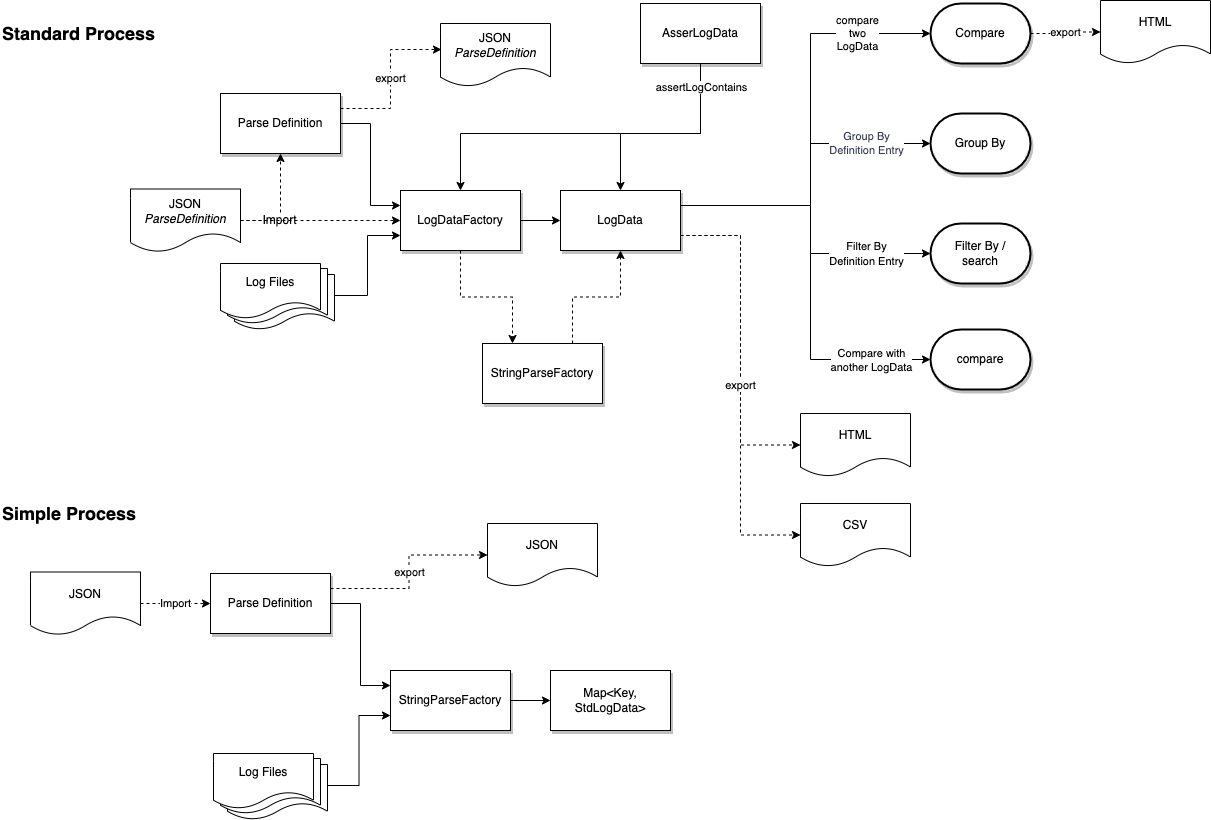
This is diagrams/Log_Parser-Processes.drawio.png from adobe/log-parser, a draw.io export, as it was before one commit. Source tidied: cells renumbered, new cells last; positions are measured from the earlier drawing's top-left corner, leaving out a move shared by most shapes. Its diagram source:
```xml
<mxGraphModel background="#FFFFFF">
  <root>
    <mxCell id="0" />
    <mxCell id="1" parent="0" />
    <mxCell id="2" style="edgeStyle=orthogonalEdgeStyle;rounded=0;jettySize=auto;html=1;exitX=1;exitY=0.5;exitDx=0;exitDy=0;entryX=0;entryY=0.25;entryDx=0;entryDy=0;labelBackgroundColor=#FFFFFF;fontColor=#393C56;" parent="1" edge="1" source="4" target="6">
      <mxGeometry relative="1" as="geometry" />
    </mxCell>
    <mxCell id="3" value="export" style="edgeStyle=orthogonalEdgeStyle;rounded=0;jettySize=auto;html=1;exitX=1;exitY=0.25;exitDx=0;exitDy=0;entryX=0.009;entryY=0.413;entryDx=0;entryDy=0;entryPerimeter=0;dashed=1;labelBackgroundColor=#FFFFFF;strokeColor=#000000;fontSize=11;" parent="1" edge="1" source="4" target="45">
      <mxGeometry relative="1" as="geometry" />
    </mxCell>
    <mxCell id="4" value="Parse Definition" style="rounded=0;whiteSpace=wrap;html=1;shadow=1;labelBackgroundColor=#FFFFFF;" parent="1" vertex="1">
      <mxGeometry x="220" y="93" width="120" height="60" as="geometry" />
    </mxCell>
    <mxCell id="5" style="edgeStyle=orthogonalEdgeStyle;rounded=0;jettySize=auto;html=1;exitX=1;exitY=0.5;exitDx=0;exitDy=0;entryX=0;entryY=0.5;entryDx=0;entryDy=0;fontColor=#393C56;labelBackgroundColor=#FFFFFF;" parent="1" edge="1" source="6" target="16">
      <mxGeometry relative="1" as="geometry" />
    </mxCell>
    <mxCell id="6" value="LogDataFactory" style="rounded=0;whiteSpace=wrap;html=1;shadow=1;labelBackgroundColor=#FFFFFF;" parent="1" vertex="1">
      <mxGeometry x="400" y="190" width="120" height="60" as="geometry" />
    </mxCell>
    <mxCell id="7" value="Group By &lt;br&gt;Definition Entry" style="edgeStyle=orthogonalEdgeStyle;rounded=0;jettySize=auto;html=1;exitX=1;exitY=0.25;exitDx=0;exitDy=0;entryX=0;entryY=0.5;entryDx=0;entryDy=0;entryPerimeter=0;fontColor=#393C56;labelBackgroundColor=#FFFFFF;" parent="1" edge="1" source="16" target="9">
      <mxGeometry x="0.59" relative="1" as="geometry">
        <Array as="points">
          <mxPoint x="810" y="205" />
          <mxPoint x="810" y="143" />
        </Array>
      </mxGeometry>
    </mxCell>
    <mxCell id="8" style="edgeStyle=orthogonalEdgeStyle;rounded=0;orthogonalLoop=1;jettySize=auto;html=1;exitX=0.5;exitY=1;exitDx=0;exitDy=0;labelBackgroundColor=#FFFFFF;fontColor=#393C56;" parent="1" edge="1">
      <mxGeometry relative="1" as="geometry">
        <mxPoint x="640" y="255" as="sourcePoint" />
        <mxPoint x="640" y="255" as="targetPoint" />
      </mxGeometry>
    </mxCell>
    <mxCell id="9" value="Group By" style="strokeWidth=2;html=1;shape=mxgraph.flowchart.terminator;whiteSpace=wrap;shadow=1;labelBackgroundColor=#FFFFFF;" parent="1" vertex="1">
      <mxGeometry x="930" y="113" width="100" height="60" as="geometry" />
    </mxCell>
    <mxCell id="10" value="&lt;font style=&quot;font-size: 11px&quot;&gt;Filter By &lt;br&gt;Definition Entry&lt;/font&gt;" style="edgeStyle=orthogonalEdgeStyle;rounded=0;jettySize=auto;html=1;exitX=1;exitY=0.25;exitDx=0;exitDy=0;entryX=0;entryY=0.5;entryDx=0;entryDy=0;entryPerimeter=0;labelBackgroundColor=#FFFFFF;strokeColor=#000000;fontSize=12;" parent="1" edge="1" source="16" target="43">
      <mxGeometry x="0.57" relative="1" as="geometry">
        <Array as="points">
          <mxPoint x="810" y="205" />
          <mxPoint x="810" y="253" />
        </Array>
      </mxGeometry>
    </mxCell>
    <mxCell id="11" style="edgeStyle=orthogonalEdgeStyle;rounded=0;jettySize=auto;html=1;exitX=1;exitY=0.75;exitDx=0;exitDy=0;entryX=0;entryY=0.5;entryDx=0;entryDy=0;dashed=1;" parent="1" edge="1" source="16" target="51">
      <mxGeometry relative="1" as="geometry" />
    </mxCell>
    <mxCell id="12" value="export" style="edgeStyle=orthogonalEdgeStyle;rounded=0;jettySize=auto;html=1;exitX=1;exitY=0.75;exitDx=0;exitDy=0;entryX=0;entryY=0.5;entryDx=0;entryDy=0;dashed=1;" parent="1" edge="1" source="16" target="52">
      <mxGeometry relative="1" as="geometry" />
    </mxCell>
    <mxCell id="13" value="compare &lt;br&gt;two&lt;br&gt;LogData" style="edgeStyle=orthogonalEdgeStyle;rounded=0;jettySize=auto;html=1;exitX=1;exitY=0.25;exitDx=0;exitDy=0;entryX=0;entryY=0.5;entryDx=0;entryDy=0;entryPerimeter=0;" parent="1" edge="1" source="16" target="53">
      <mxGeometry x="0.65" relative="1" as="geometry">
        <Array as="points">
          <mxPoint x="810" y="205" />
          <mxPoint x="810" y="33" />
        </Array>
      </mxGeometry>
    </mxCell>
    <mxCell id="14" style="edgeStyle=orthogonalEdgeStyle;rounded=0;jettySize=auto;html=1;exitX=1;exitY=0.25;exitDx=0;exitDy=0;entryX=0;entryY=0.5;entryDx=0;entryDy=0;entryPerimeter=0;" parent="1" edge="1" source="16" target="56">
      <mxGeometry relative="1" as="geometry">
        <Array as="points">
          <mxPoint x="810" y="205" />
          <mxPoint x="810" y="359" />
        </Array>
      </mxGeometry>
    </mxCell>
    <mxCell id="15" value="Compare with &lt;br&gt;another LogData" style="edgeLabel;html=1;align=center;verticalAlign=middle;" parent="14" vertex="1">
      <mxGeometry x="0.58" y="4" relative="1" as="geometry">
        <mxPoint x="25" y="4" as="offset" />
      </mxGeometry>
    </mxCell>
    <mxCell id="16" value="LogData" style="rounded=0;whiteSpace=wrap;html=1;shadow=1;labelBackgroundColor=#FFFFFF;" parent="1" vertex="1">
      <mxGeometry x="560" y="190" width="120" height="60" as="geometry" />
    </mxCell>
    <mxCell id="17" style="edgeStyle=orthogonalEdgeStyle;rounded=0;jettySize=auto;html=1;entryX=0;entryY=0.75;entryDx=0;entryDy=0;fontColor=#393C56;labelBackgroundColor=#FFFFFF;exitX=1;exitY=0.382;exitDx=0;exitDy=0;exitPerimeter=0;" parent="1" edge="1" source="32" target="6">
      <mxGeometry relative="1" as="geometry" />
    </mxCell>
    <mxCell id="18" style="edgeStyle=orthogonalEdgeStyle;rounded=0;jettySize=auto;html=1;exitX=1;exitY=0.5;exitDx=0;exitDy=0;entryX=0;entryY=0.25;entryDx=0;entryDy=0;labelBackgroundColor=#FFFFFF;fontColor=#393C56;" parent="1" edge="1" source="20" target="22">
      <mxGeometry relative="1" as="geometry" />
    </mxCell>
    <mxCell id="19" value="export" style="edgeStyle=orthogonalEdgeStyle;rounded=0;jettySize=auto;html=1;exitX=1;exitY=0.25;exitDx=0;exitDy=0;entryX=0;entryY=0.5;entryDx=0;entryDy=0;dashed=1;labelBackgroundColor=#FFFFFF;strokeColor=#000000;fontSize=11;" parent="1" edge="1" source="20" target="44">
      <mxGeometry relative="1" as="geometry" />
    </mxCell>
    <mxCell id="20" value="Parse Definition" style="rounded=0;whiteSpace=wrap;html=1;shadow=1;labelBackgroundColor=#FFFFFF;" parent="1" vertex="1">
      <mxGeometry x="210" y="573" width="120" height="60" as="geometry" />
    </mxCell>
    <mxCell id="21" style="edgeStyle=orthogonalEdgeStyle;rounded=0;jettySize=auto;html=1;exitX=1;exitY=0.5;exitDx=0;exitDy=0;entryX=0;entryY=0.5;entryDx=0;entryDy=0;fontColor=#393C56;labelBackgroundColor=#FFFFFF;" parent="1" edge="1" source="22" target="24">
      <mxGeometry relative="1" as="geometry" />
    </mxCell>
    <mxCell id="22" value="StringParseFactory" style="rounded=0;whiteSpace=wrap;html=1;shadow=1;labelBackgroundColor=#FFFFFF;" parent="1" vertex="1">
      <mxGeometry x="390" y="670" width="120" height="60" as="geometry" />
    </mxCell>
    <mxCell id="23" style="edgeStyle=orthogonalEdgeStyle;rounded=0;orthogonalLoop=1;jettySize=auto;html=1;exitX=0.5;exitY=1;exitDx=0;exitDy=0;labelBackgroundColor=#FFFFFF;fontColor=#393C56;" parent="1" edge="1">
      <mxGeometry relative="1" as="geometry">
        <mxPoint x="525" y="715" as="sourcePoint" />
        <mxPoint x="525" y="715" as="targetPoint" />
      </mxGeometry>
    </mxCell>
    <mxCell id="24" value="Map&amp;lt;Key, StdLogData&amp;gt;" style="rounded=0;whiteSpace=wrap;html=1;shadow=1;labelBackgroundColor=#FFFFFF;" parent="1" vertex="1">
      <mxGeometry x="550" y="670" width="120" height="60" as="geometry" />
    </mxCell>
    <mxCell id="25" style="edgeStyle=orthogonalEdgeStyle;rounded=0;jettySize=auto;html=1;entryX=0;entryY=0.75;entryDx=0;entryDy=0;fontColor=#393C56;labelBackgroundColor=#FFFFFF;exitX=0.99;exitY=0.382;exitDx=0;exitDy=0;exitPerimeter=0;" parent="1" edge="1" source="36" target="22">
      <mxGeometry relative="1" as="geometry" />
    </mxCell>
    <mxCell id="26" value="StringParseFactory" style="rounded=0;whiteSpace=wrap;html=1;shadow=1;labelBackgroundColor=#FFFFFF;" parent="1" vertex="1">
      <mxGeometry x="482" y="343" width="120" height="60" as="geometry" />
    </mxCell>
    <mxCell id="27" style="edgeStyle=orthogonalEdgeStyle;rounded=0;jettySize=auto;html=1;exitX=0.5;exitY=1;exitDx=0;exitDy=0;fontColor=#393C56;labelBackgroundColor=#FFFFFF;entryX=0.25;entryY=0;entryDx=0;entryDy=0;dashed=1;" parent="1" edge="1" source="6" target="26">
      <mxGeometry relative="1" as="geometry" />
    </mxCell>
    <mxCell id="28" style="edgeStyle=orthogonalEdgeStyle;rounded=0;jettySize=auto;html=1;entryX=0.5;entryY=1;entryDx=0;entryDy=0;fontColor=#393C56;labelBackgroundColor=#FFFFFF;exitX=0.75;exitY=0;exitDx=0;exitDy=0;dashed=1;" parent="1" edge="1" source="26" target="16">
      <mxGeometry relative="1" as="geometry" />
    </mxCell>
    <mxCell id="29" value="Simple Process" style="text;html=1;align=left;verticalAlign=middle;whiteSpace=wrap;rounded=0;fontSize=18;fontStyle=1;labelBackgroundColor=#FFFFFF;" parent="1" vertex="1">
      <mxGeometry y="503" width="220" height="20" as="geometry" />
    </mxCell>
    <mxCell id="30" value="Standard Process" style="text;html=1;align=left;verticalAlign=middle;whiteSpace=wrap;rounded=0;fontSize=18;fontStyle=1;labelBackgroundColor=#FFFFFF;" parent="1" vertex="1">
      <mxGeometry y="23" width="220" height="20" as="geometry" />
    </mxCell>
    <mxCell id="31" style="group;" parent="1" vertex="1">
      <mxGeometry x="220" y="263" width="114" height="66" as="geometry" />
    </mxCell>
    <mxCell id="32" style="shape=document;whiteSpace=wrap;html=1;boundedLbl=1;labelBackgroundColor=#FFFFFF;strokeColor=#000000;fillColor=#FFFFFF;fontSize=18;align=left;" parent="31" vertex="1">
      <mxGeometry x="14" y="11" width="100" height="55" as="geometry" />
    </mxCell>
    <mxCell id="33" style="shape=document;whiteSpace=wrap;html=1;boundedLbl=1;labelBackgroundColor=#FFFFFF;strokeColor=#000000;fillColor=#FFFFFF;fontSize=18;align=left;" parent="31" vertex="1">
      <mxGeometry x="7" y="5" width="100" height="55" as="geometry" />
    </mxCell>
    <mxCell id="34" value="Log Files" style="shape=document;whiteSpace=wrap;html=1;boundedLbl=1;labelBackgroundColor=#FFFFFF;strokeColor=#000000;fillColor=#FFFFFF;fontSize=12;align=center;" parent="31" vertex="1">
      <mxGeometry width="100" height="55" as="geometry" />
    </mxCell>
    <mxCell id="35" style="group;" parent="1" vertex="1">
      <mxGeometry x="213" y="753" width="114" height="66" as="geometry" />
    </mxCell>
    <mxCell id="36" style="shape=document;whiteSpace=wrap;html=1;boundedLbl=1;labelBackgroundColor=#FFFFFF;strokeColor=#000000;fillColor=#FFFFFF;fontSize=18;align=left;" parent="35" vertex="1">
      <mxGeometry x="14" y="11" width="100" height="55" as="geometry" />
    </mxCell>
    <mxCell id="37" style="shape=document;whiteSpace=wrap;html=1;boundedLbl=1;labelBackgroundColor=#FFFFFF;strokeColor=#000000;fillColor=#FFFFFF;fontSize=18;align=left;" parent="35" vertex="1">
      <mxGeometry x="7" y="5" width="100" height="55" as="geometry" />
    </mxCell>
    <mxCell id="38" value="Log Files" style="shape=document;whiteSpace=wrap;html=1;boundedLbl=1;labelBackgroundColor=#FFFFFF;strokeColor=#000000;fillColor=#FFFFFF;fontSize=12;align=center;" parent="35" vertex="1">
      <mxGeometry width="100" height="55" as="geometry" />
    </mxCell>
    <mxCell id="39" value="Import" style="edgeStyle=orthogonalEdgeStyle;rounded=0;jettySize=auto;html=1;exitX=1;exitY=0.5;exitDx=0;exitDy=0;entryX=0.5;entryY=1;entryDx=0;entryDy=0;labelBackgroundColor=#FFFFFF;strokeColor=#000000;fontSize=12;dashed=1;" parent="1" edge="1" source="40" target="4">
      <mxGeometry x="-0.26" relative="1" as="geometry" />
    </mxCell>
    <mxCell id="40" value="JSON&lt;br&gt;&lt;i&gt;ParseDefinition&lt;/i&gt;" style="shape=document;whiteSpace=wrap;html=1;boundedLbl=1;labelBackgroundColor=#FFFFFF;strokeColor=#000000;fillColor=#FFFFFF;fontSize=12;align=center;" parent="1" vertex="1">
      <mxGeometry x="130" y="188.5" width="110" height="63" as="geometry" />
    </mxCell>
    <mxCell id="41" value="Import" style="edgeStyle=orthogonalEdgeStyle;rounded=0;jettySize=auto;html=1;exitX=1;exitY=0.5;exitDx=0;exitDy=0;entryX=0;entryY=0.5;entryDx=0;entryDy=0;labelBackgroundColor=#FFFFFF;strokeColor=#000000;fontSize=11;dashed=1;" parent="1" edge="1" source="42" target="20">
      <mxGeometry relative="1" as="geometry" />
    </mxCell>
    <mxCell id="42" value="JSON" style="shape=document;whiteSpace=wrap;html=1;boundedLbl=1;labelBackgroundColor=#FFFFFF;strokeColor=#000000;fillColor=#FFFFFF;fontSize=12;align=center;" parent="1" vertex="1">
      <mxGeometry x="30" y="571.5" width="110" height="63" as="geometry" />
    </mxCell>
    <mxCell id="43" value="Filter By /&lt;br&gt;search" style="strokeWidth=2;html=1;shape=mxgraph.flowchart.terminator;whiteSpace=wrap;shadow=1;labelBackgroundColor=#FFFFFF;" parent="1" vertex="1">
      <mxGeometry x="930" y="223" width="100" height="60" as="geometry" />
    </mxCell>
    <mxCell id="44" value="JSON" style="shape=document;whiteSpace=wrap;html=1;boundedLbl=1;labelBackgroundColor=#FFFFFF;strokeColor=#000000;fillColor=#FFFFFF;fontSize=12;align=center;" parent="1" vertex="1">
      <mxGeometry x="487" y="523" width="110" height="63" as="geometry" />
    </mxCell>
    <mxCell id="45" value="JSON&lt;br&gt;&lt;i&gt;ParseDefinition&lt;/i&gt;" style="shape=document;whiteSpace=wrap;html=1;boundedLbl=1;labelBackgroundColor=#FFFFFF;strokeColor=#000000;fillColor=#FFFFFF;fontSize=12;align=center;" parent="1" vertex="1">
      <mxGeometry x="440" y="23" width="110" height="63" as="geometry" />
    </mxCell>
    <mxCell id="46" style="edgeStyle=orthogonalEdgeStyle;rounded=0;jettySize=auto;html=1;entryX=0.5;entryY=0;entryDx=0;entryDy=0;" parent="1" edge="1" source="49" target="6">
      <mxGeometry relative="1" as="geometry">
        <Array as="points">
          <mxPoint x="700" y="133" />
          <mxPoint x="460" y="133" />
        </Array>
      </mxGeometry>
    </mxCell>
    <mxCell id="47" style="edgeStyle=orthogonalEdgeStyle;rounded=0;jettySize=auto;html=1;exitX=0.5;exitY=1;exitDx=0;exitDy=0;entryX=0.5;entryY=0;entryDx=0;entryDy=0;" parent="1" edge="1" source="49" target="16">
      <mxGeometry relative="1" as="geometry">
        <Array as="points">
          <mxPoint x="700" y="133" />
          <mxPoint x="620" y="133" />
        </Array>
      </mxGeometry>
    </mxCell>
    <mxCell id="48" value="assertLogContains" style="edgeLabel;html=1;align=center;verticalAlign=middle;" parent="47" vertex="1">
      <mxGeometry x="-0.66" y="1" relative="1" as="geometry">
        <mxPoint x="-1" y="-12" as="offset" />
      </mxGeometry>
    </mxCell>
    <mxCell id="49" value="AsserLogData" style="rounded=0;whiteSpace=wrap;html=1;shadow=1;labelBackgroundColor=#FFFFFF;" parent="1" vertex="1">
      <mxGeometry x="640" y="3" width="120" height="60" as="geometry" />
    </mxCell>
    <mxCell id="50" style="edgeStyle=orthogonalEdgeStyle;rounded=0;jettySize=auto;html=1;exitX=1;exitY=0.5;exitDx=0;exitDy=0;entryX=0;entryY=0.5;entryDx=0;entryDy=0;labelBackgroundColor=#FFFFFF;strokeColor=#000000;fontSize=12;dashed=1;" parent="1" edge="1" source="40" target="6">
      <mxGeometry relative="1" as="geometry" />
    </mxCell>
    <mxCell id="51" value="HTML" style="shape=document;whiteSpace=wrap;html=1;boundedLbl=1;labelBackgroundColor=#FFFFFF;strokeColor=#000000;fillColor=#FFFFFF;fontSize=12;align=center;" parent="1" vertex="1">
      <mxGeometry x="800" y="413" width="110" height="63" as="geometry" />
    </mxCell>
    <mxCell id="52" value="CSV" style="shape=document;whiteSpace=wrap;html=1;boundedLbl=1;labelBackgroundColor=#FFFFFF;strokeColor=#000000;fillColor=#FFFFFF;fontSize=12;align=center;" parent="1" vertex="1">
      <mxGeometry x="800" y="503" width="110" height="63" as="geometry" />
    </mxCell>
    <mxCell id="53" value="Compare" style="strokeWidth=2;html=1;shape=mxgraph.flowchart.terminator;whiteSpace=wrap;shadow=1;labelBackgroundColor=#FFFFFF;" parent="1" vertex="1">
      <mxGeometry x="930" y="3" width="100" height="60" as="geometry" />
    </mxCell>
    <mxCell id="54" value="export" style="edgeStyle=orthogonalEdgeStyle;rounded=0;jettySize=auto;html=1;exitX=1;exitY=0.5;exitDx=0;exitDy=0;dashed=1;exitPerimeter=0;entryX=0;entryY=0.5;entryDx=0;entryDy=0;" parent="1" edge="1" source="53" target="55">
      <mxGeometry relative="1" as="geometry" />
    </mxCell>
    <mxCell id="55" value="HTML" style="shape=document;whiteSpace=wrap;html=1;boundedLbl=1;labelBackgroundColor=#FFFFFF;strokeColor=#000000;fillColor=#FFFFFF;fontSize=12;align=center;" parent="1" vertex="1">
      <mxGeometry x="1100" width="110" height="63" as="geometry" />
    </mxCell>
    <mxCell id="56" value="compare" style="strokeWidth=2;html=1;shape=mxgraph.flowchart.terminator;whiteSpace=wrap;shadow=1;labelBackgroundColor=#FFFFFF;" parent="1" vertex="1">
      <mxGeometry x="930" y="329" width="100" height="60" as="geometry" />
    </mxCell>
  </root>
</mxGraphModel>
```
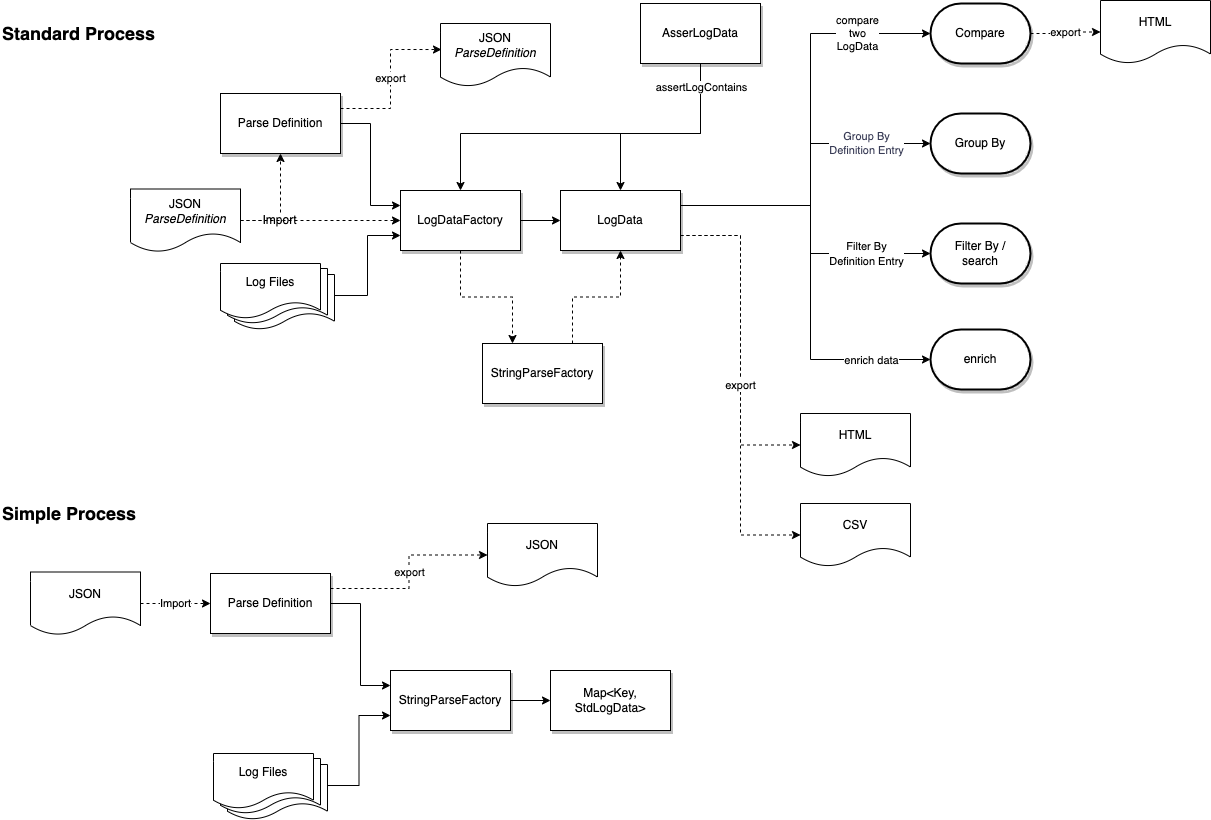
Later version of the same file.

Commit message:
154 provide an enrich functionality (#158)

Diff of the diagram source:
```diff
@@ -64,7 +64,7 @@
         </Array>
       </mxGeometry>
     </mxCell>
-    <mxCell id="15" value="Compare with &lt;br&gt;another LogData" style="edgeLabel;html=1;align=center;verticalAlign=middle;" parent="14" vertex="1">
+    <mxCell id="15" value="enrich data" style="edgeLabel;html=1;align=center;verticalAlign=middle;" parent="14" vertex="1">
       <mxGeometry x="0.58" y="4" relative="1" as="geometry">
         <mxPoint x="25" y="4" as="offset" />
       </mxGeometry>
@@ -204,7 +204,7 @@
     <mxCell id="55" value="HTML" style="shape=document;whiteSpace=wrap;html=1;boundedLbl=1;labelBackgroundColor=#FFFFFF;strokeColor=#000000;fillColor=#FFFFFF;fontSize=12;align=center;" parent="1" vertex="1">
       <mxGeometry x="1100" width="110" height="63" as="geometry" />
     </mxCell>
-    <mxCell id="56" value="compare" style="strokeWidth=2;html=1;shape=mxgraph.flowchart.terminator;whiteSpace=wrap;shadow=1;labelBackgroundColor=#FFFFFF;" parent="1" vertex="1">
+    <mxCell id="56" value="enrich" style="strokeWidth=2;html=1;shape=mxgraph.flowchart.terminator;whiteSpace=wrap;shadow=1;labelBackgroundColor=#FFFFFF;" parent="1" vertex="1">
       <mxGeometry x="930" y="329" width="100" height="60" as="geometry" />
     </mxCell>
   </root>
```
